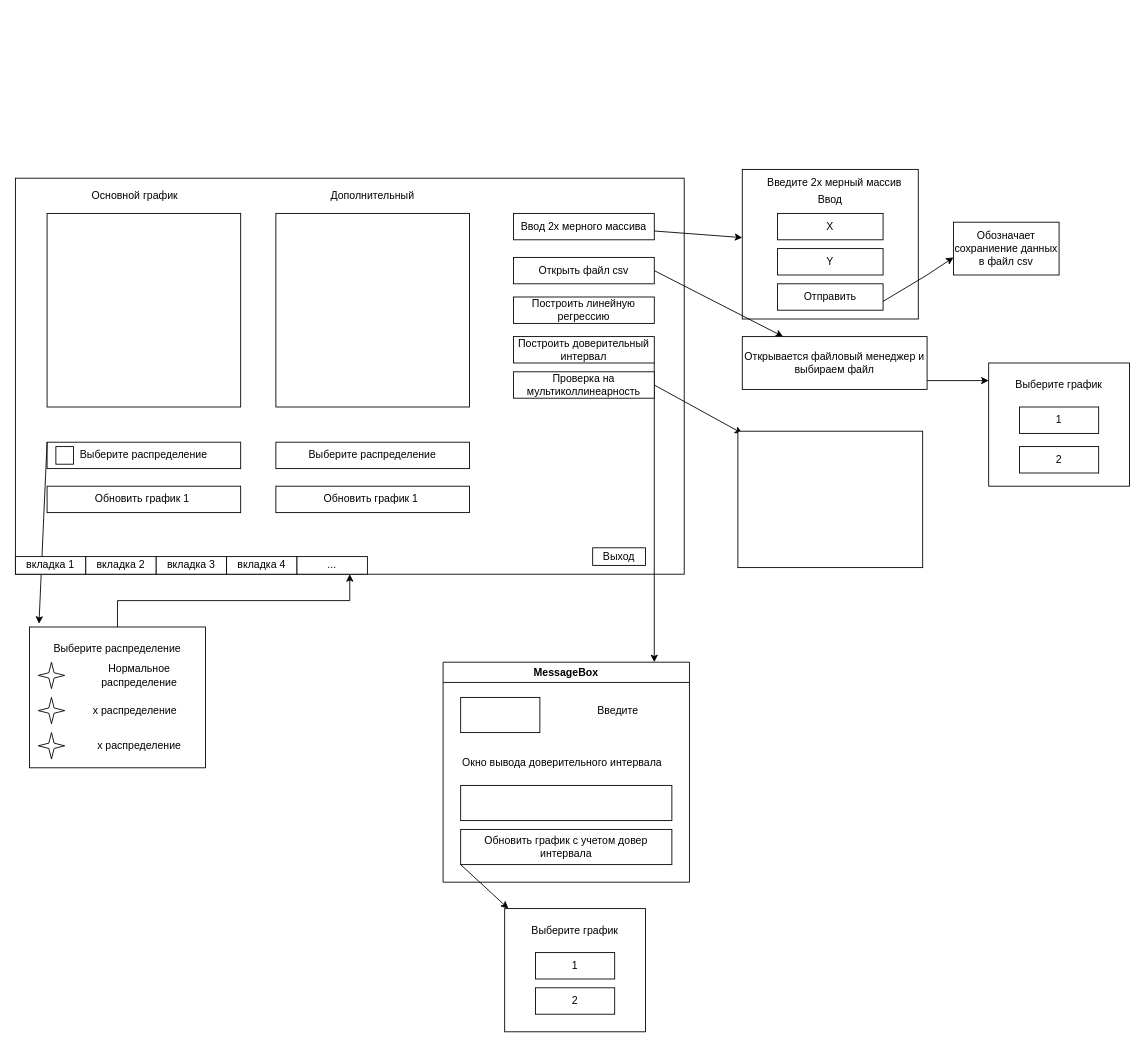
The draw.io diagram Alina_diagrama.drawio in lovetea10/Project_telemetry, before the edit. Source tidied: cells renumbered, new cells numbered last; positions are measured from the earlier drawing's top-left corner, leaving out a move shared by most shapes. Both pictures are drawn from the tidied source at 88%, with x=0, y=0 at pixel (15, 169).
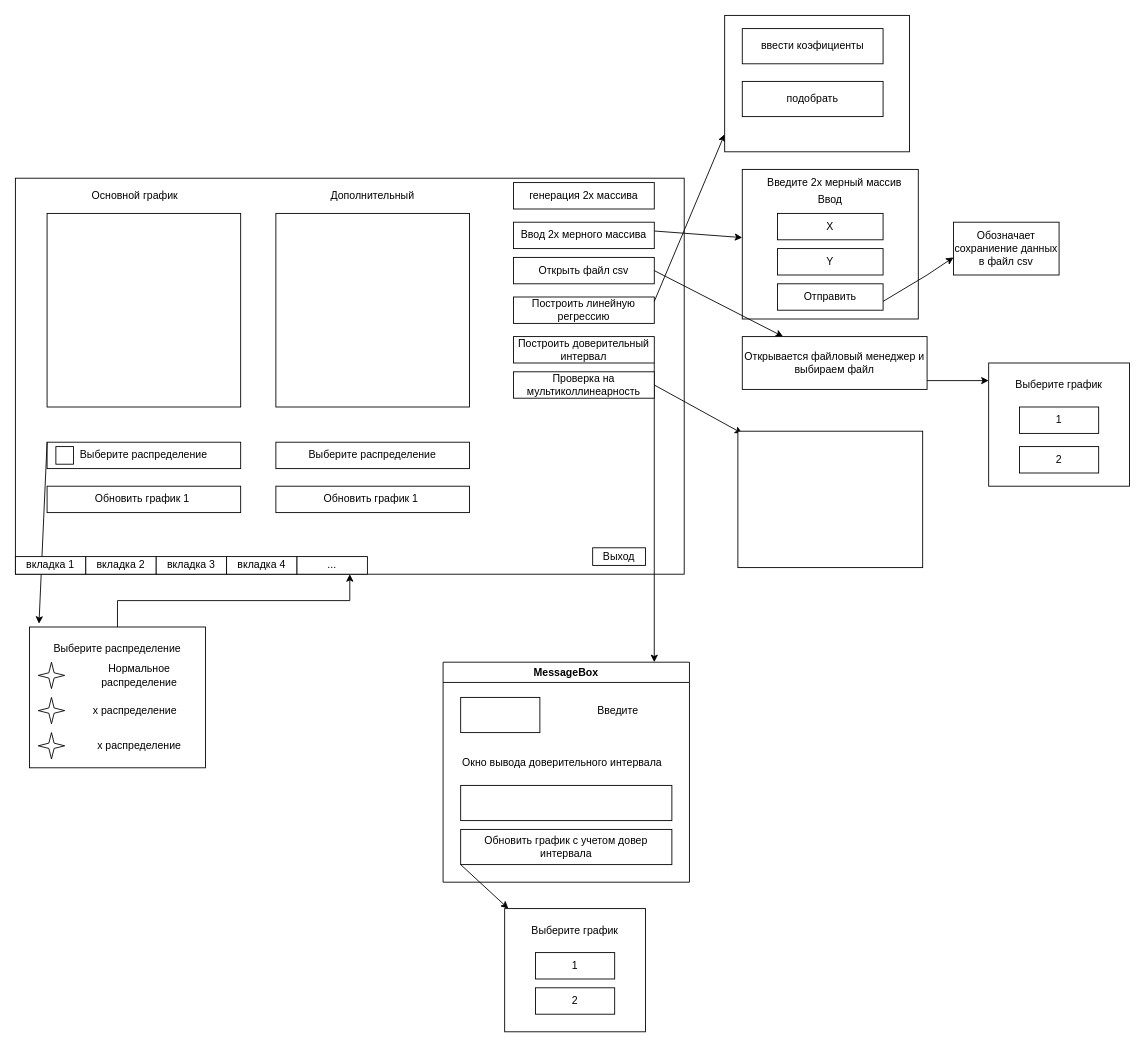
The same diagram, later.

Change to the diagram source:
```diff
@@
     <mxCell id="28" value="Ввод 2х мерного массива" style="rounded=0;whiteSpace=wrap;html=1;" parent="1" vertex="1">
-      <mxGeometry x="566" y="50" width="160" height="30" as="geometry" />
+      <mxGeometry x="566" y="60" width="160" height="30" as="geometry" />
     </mxCell>
@@
+    <mxCell id="63" value="генерация 2х массива" style="rounded=0;whiteSpace=wrap;html=1;" parent="1" vertex="1">
+      <mxGeometry x="566" y="15" width="160" height="30" as="geometry" />
+    </mxCell>
+    <mxCell id="64" style="endArrow=classic;html=1;rounded=0;" parent="1" edge="1">
+      <mxGeometry relative="1" as="geometry">
+        <mxPoint x="726" y="150" as="sourcePoint" />
+        <mxPoint x="806" y="-40" as="targetPoint" />
+      </mxGeometry>
+    </mxCell>
+    <mxCell id="65" style="rounded=0;whiteSpace=wrap;html=1;" parent="1" vertex="1">
+      <mxGeometry x="806" y="-175" width="210" height="155" as="geometry" />
+    </mxCell>
+    <mxCell id="66" value="ввести коэфициенты" style="rounded=0;whiteSpace=wrap;html=1;" parent="1" vertex="1">
+      <mxGeometry x="826" y="-160" width="160" height="40" as="geometry" />
+    </mxCell>
+    <mxCell id="67" value="подобрать" style="rounded=0;whiteSpace=wrap;html=1;" parent="1" vertex="1">
+      <mxGeometry x="826" y="-100" width="160" height="40" as="geometry" />
+    </mxCell>
```
